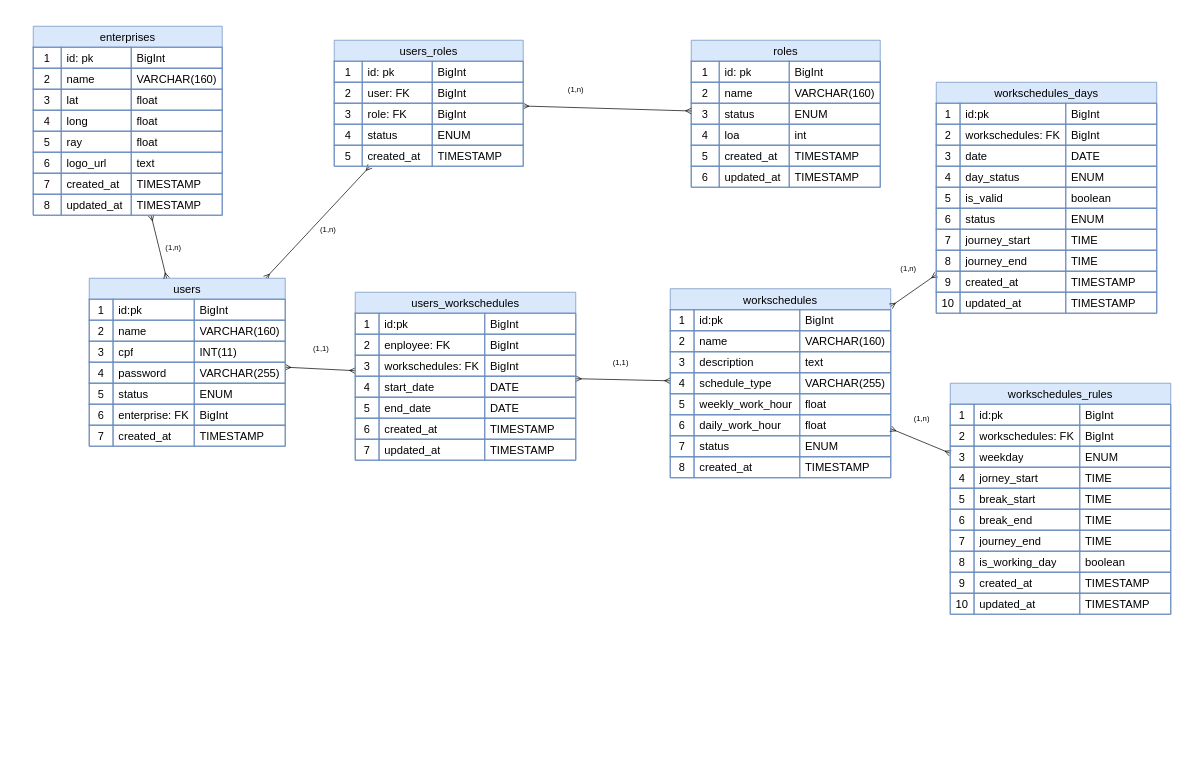
This is documentation/diagrams/MERDiagram.dio from kevin-vinagre/journey-track, a draw.io file, before an edit. Source tidied: cells renumbered, new cells numbered last; positions are measured from the earlier drawing's top-left corner, leaving out a move shared by most shapes. Both pictures are drawn from the tidied source at 70%, with x=0, y=0 at pixel (33, 26).
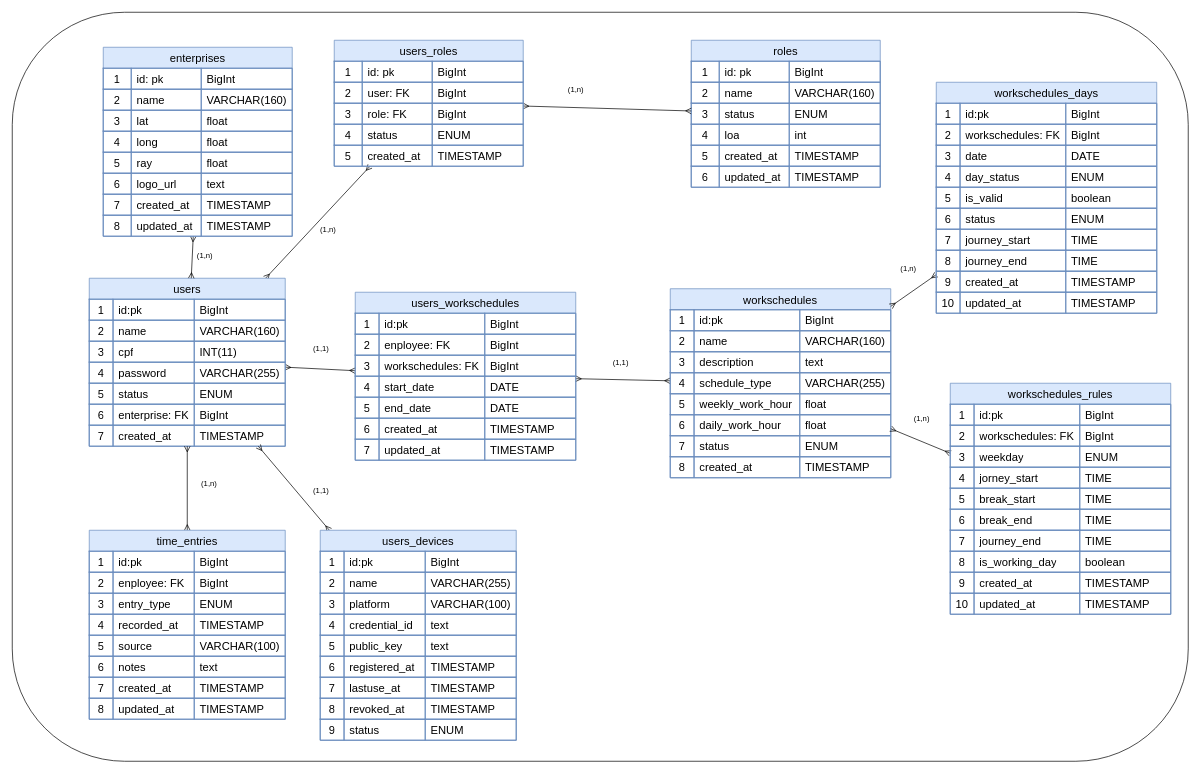
The same diagram, later.

Commit message:
MER diagram update

Unchanged cells that the change refers to:
```xml
<mxCell id="6" value="users" style="shape=table;tableRender=collapsed;startSize=30;childLayout=tableLayout;rowLines=0;fontStyle=0;strokeColor=#6c8ebf;fontSize=16;fillColor=#dae8fc;rounded=0;" parent="1" vertex="1">
  <mxGeometry x="80" y="360" width="280" height="240" as="geometry" />
</mxCell>
```

The edit, as a diff of the source:
```diff
@@
+    <mxCell id="268" style="rounded=1;whiteSpace=wrap;html=1;roundedPerimeter=1;" parent="1" vertex="1">
+      <mxGeometry x="-30" y="-20" width="1680" height="1070" as="geometry" />
+    </mxCell>
@@
     <mxCell id="37" value="enterprises" style="shape=table;tableRender=collapsed;startSize=30;childLayout=tableLayout;rowLines=0;fontStyle=0;strokeColor=#6c8ebf;fontSize=16;fillColor=#dae8fc;rounded=0;" parent="1" vertex="1">
-      <mxGeometry width="270" height="270" as="geometry" />
+      <mxGeometry x="100" y="30" width="270" height="270" as="geometry" />
     </mxCell>
@@
+    <mxCell id="269" style="edgeStyle=none;html=1;endArrow=ERmany;endFill=0;startArrow=ERmany;startFill=0;" parent="1" edge="1" source="271" target="6">
+      <mxGeometry relative="1" as="geometry" />
+    </mxCell>
+    <mxCell id="270" value="(1,n)" style="edgeLabel;html=1;align=center;verticalAlign=middle;inheritText=1;" parent="269" vertex="1">
+      <mxGeometry x="0.13" y="-2" relative="1" as="geometry">
+        <mxPoint x="28" as="offset" />
+      </mxGeometry>
+    </mxCell>
+    <mxCell id="271" value="time_entries" style="shape=table;tableRender=collapsed;startSize=30;childLayout=tableLayout;rowLines=0;fontStyle=0;strokeColor=#6c8ebf;fontSize=16;fillColor=#dae8fc;rounded=0;" parent="1" vertex="1">
+      <mxGeometry x="80" y="720" width="280" height="270" as="geometry" />
+    </mxCell>
+    <mxCell id="272" style="shape=tableRow;horizontal=0;startSize=0;swimlaneHead=0;swimlaneBody=0;fillColor=none;strokeColor=inherit;fontSize=16;rounded=0;" parent="271" vertex="1">
+      <mxGeometry y="30" width="280" height="30" as="geometry" />
+    </mxCell>
+    <mxCell id="273" value="1" style="shape=partialRectangle;html=1;whiteSpace=wrap;fillColor=none;overflow=hidden;strokeColor=inherit;fontSize=16;rounded=0;" parent="272" vertex="1">
+      <mxGeometry width="34" height="30" as="geometry" />
+    </mxCell>
+    <mxCell id="274" value="id:pk" style="shape=partialRectangle;html=1;whiteSpace=wrap;fillColor=none;align=left;spacingLeft=6;overflow=hidden;strokeColor=inherit;fontSize=16;rounded=0;" parent="272" vertex="1">
+      <mxGeometry x="34" width="116" height="30" as="geometry" />
+    </mxCell>
+    <mxCell id="275" value="BigInt" style="shape=partialRectangle;html=1;whiteSpace=wrap;fillColor=none;align=left;spacingLeft=6;overflow=hidden;strokeColor=inherit;fontSize=16;rounded=0;" parent="272" vertex="1">
+      <mxGeometry x="150" width="130" height="30" as="geometry" />
+    </mxCell>
+    <mxCell id="276" style="shape=tableRow;horizontal=0;startSize=0;swimlaneHead=0;swimlaneBody=0;fillColor=none;strokeColor=inherit;fontSize=16;rounded=0;" parent="271" vertex="1">
+      <mxGeometry y="60" width="280" height="30" as="geometry" />
+    </mxCell>
+    <mxCell id="277" value="2" style="shape=partialRectangle;html=1;whiteSpace=wrap;fillColor=none;overflow=hidden;strokeColor=inherit;fontSize=16;rounded=0;" parent="276" vertex="1">
+      <mxGeometry width="34" height="30" as="geometry" />
+    </mxCell>
+    <mxCell id="278" value="enployee: FK" style="shape=partialRectangle;html=1;whiteSpace=wrap;fillColor=none;align=left;spacingLeft=6;overflow=hidden;strokeColor=inherit;fontSize=16;rounded=0;" parent="276" vertex="1">
+      <mxGeometry x="34" width="116" height="30" as="geometry" />
+    </mxCell>
+    <mxCell id="279" value="BigInt" style="shape=partialRectangle;html=1;whiteSpace=wrap;fillColor=none;align=left;spacingLeft=6;overflow=hidden;strokeColor=inherit;fontSize=16;rounded=0;" parent="276" vertex="1">
+      <mxGeometry x="150" width="130" height="30" as="geometry" />
+    </mxCell>
+    <mxCell id="280" style="shape=tableRow;horizontal=0;startSize=0;swimlaneHead=0;swimlaneBody=0;fillColor=none;strokeColor=inherit;fontSize=16;rounded=0;" parent="271" vertex="1">
+      <mxGeometry y="90" width="280" height="30" as="geometry" />
+    </mxCell>
+    <mxCell id="281" value="3" style="shape=partialRectangle;html=1;whiteSpace=wrap;fillColor=none;overflow=hidden;strokeColor=inherit;fontSize=16;rounded=0;" parent="280" vertex="1">
+      <mxGeometry width="34" height="30" as="geometry" />
+    </mxCell>
+    <mxCell id="282" value="entry_type" style="shape=partialRectangle;html=1;whiteSpace=wrap;fillColor=none;align=left;spacingLeft=6;overflow=hidden;strokeColor=inherit;fontSize=16;rounded=0;" parent="280" vertex="1">
+      <mxGeometry x="34" width="116" height="30" as="geometry" />
+    </mxCell>
+    <mxCell id="283" value="ENUM" style="shape=partialRectangle;html=1;whiteSpace=wrap;fillColor=none;align=left;spacingLeft=6;overflow=hidden;strokeColor=inherit;fontSize=16;rounded=0;" parent="280" vertex="1">
+      <mxGeometry x="150" width="130" height="30" as="geometry" />
+    </mxCell>
+    <mxCell id="284" style="shape=tableRow;horizontal=0;startSize=0;swimlaneHead=0;swimlaneBody=0;fillColor=none;strokeColor=inherit;fontSize=16;rounded=0;" parent="271" vertex="1">
+      <mxGeometry y="120" width="280" height="30" as="geometry" />
+    </mxCell>
+    <mxCell id="285" value="4" style="shape=partialRectangle;html=1;whiteSpace=wrap;fillColor=none;overflow=hidden;strokeColor=inherit;fontSize=16;rounded=0;" parent="284" vertex="1">
+      <mxGeometry width="34" height="30" as="geometry" />
+    </mxCell>
+    <mxCell id="286" value="recorded_at" style="shape=partialRectangle;html=1;whiteSpace=wrap;fillColor=none;align=left;spacingLeft=6;overflow=hidden;strokeColor=inherit;fontSize=16;rounded=0;" parent="284" vertex="1">
+      <mxGeometry x="34" width="116" height="30" as="geometry" />
+    </mxCell>
+    <mxCell id="287" value="TIMESTAMP" style="shape=partialRectangle;html=1;whiteSpace=wrap;fillColor=none;align=left;spacingLeft=6;overflow=hidden;strokeColor=inherit;fontSize=16;rounded=0;" parent="284" vertex="1">
+      <mxGeometry x="150" width="130" height="30" as="geometry" />
+    </mxCell>
+    <mxCell id="288" style="shape=tableRow;horizontal=0;startSize=0;swimlaneHead=0;swimlaneBody=0;fillColor=none;strokeColor=inherit;fontSize=16;rounded=0;" parent="271" vertex="1">
+      <mxGeometry y="150" width="280" height="30" as="geometry" />
+    </mxCell>
+    <mxCell id="289" value="5" style="shape=partialRectangle;html=1;whiteSpace=wrap;fillColor=none;overflow=hidden;strokeColor=inherit;fontSize=16;rounded=0;" parent="288" vertex="1">
+      <mxGeometry width="34" height="30" as="geometry" />
+    </mxCell>
+    <mxCell id="290" value="source" style="shape=partialRectangle;html=1;whiteSpace=wrap;fillColor=none;align=left;spacingLeft=6;overflow=hidden;strokeColor=inherit;fontSize=16;rounded=0;" parent="288" vertex="1">
+      <mxGeometry x="34" width="116" height="30" as="geometry" />
+    </mxCell>
+    <mxCell id="291" value="VARCHAR(100)" style="shape=partialRectangle;html=1;whiteSpace=wrap;fillColor=none;align=left;spacingLeft=6;overflow=hidden;strokeColor=inherit;fontSize=16;rounded=0;" parent="288" vertex="1">
+      <mxGeometry x="150" width="130" height="30" as="geometry" />
+    </mxCell>
+    <mxCell id="292" style="shape=tableRow;horizontal=0;startSize=0;swimlaneHead=0;swimlaneBody=0;fillColor=none;strokeColor=inherit;fontSize=16;rounded=0;" parent="271" vertex="1">
+      <mxGeometry y="180" width="280" height="30" as="geometry" />
+    </mxCell>
+    <mxCell id="293" value="6" style="shape=partialRectangle;html=1;whiteSpace=wrap;fillColor=none;overflow=hidden;strokeColor=inherit;fontSize=16;rounded=0;" parent="292" vertex="1">
+      <mxGeometry width="34" height="30" as="geometry" />
+    </mxCell>
+    <mxCell id="294" value="notes" style="shape=partialRectangle;html=1;whiteSpace=wrap;fillColor=none;align=left;spacingLeft=6;overflow=hidden;strokeColor=inherit;fontSize=16;rounded=0;" parent="292" vertex="1">
+      <mxGeometry x="34" width="116" height="30" as="geometry" />
+    </mxCell>
+    <mxCell id="295" value="text" style="shape=partialRectangle;html=1;whiteSpace=wrap;fillColor=none;align=left;spacingLeft=6;overflow=hidden;strokeColor=inherit;fontSize=16;rounded=0;" parent="292" vertex="1">
+      <mxGeometry x="150" width="130" height="30" as="geometry" />
+    </mxCell>
+    <mxCell id="296" style="shape=tableRow;horizontal=0;startSize=0;swimlaneHead=0;swimlaneBody=0;fillColor=none;strokeColor=inherit;fontSize=16;rounded=0;" parent="271" vertex="1">
+      <mxGeometry y="210" width="280" height="30" as="geometry" />
+    </mxCell>
+    <mxCell id="297" value="7" style="shape=partialRectangle;html=1;whiteSpace=wrap;fillColor=none;overflow=hidden;strokeColor=inherit;fontSize=16;rounded=0;" parent="296" vertex="1">
+      <mxGeometry width="34" height="30" as="geometry" />
+    </mxCell>
+    <mxCell id="298" value="created_at" style="shape=partialRectangle;html=1;whiteSpace=wrap;fillColor=none;align=left;spacingLeft=6;overflow=hidden;strokeColor=inherit;fontSize=16;rounded=0;" parent="296" vertex="1">
+      <mxGeometry x="34" width="116" height="30" as="geometry" />
+    </mxCell>
+    <mxCell id="299" value="TIMESTAMP" style="shape=partialRectangle;html=1;whiteSpace=wrap;fillColor=none;align=left;spacingLeft=6;overflow=hidden;strokeColor=inherit;fontSize=16;rounded=0;" parent="296" vertex="1">
+      <mxGeometry x="150" width="130" height="30" as="geometry" />
+    </mxCell>
+    <mxCell id="300" style="shape=tableRow;horizontal=0;startSize=0;swimlaneHead=0;swimlaneBody=0;fillColor=none;strokeColor=inherit;fontSize=16;rounded=0;" parent="271" vertex="1">
+      <mxGeometry y="240" width="280" height="30" as="geometry" />
+    </mxCell>
+    <mxCell id="301" value="8" style="shape=partialRectangle;html=1;whiteSpace=wrap;fillColor=none;overflow=hidden;strokeColor=inherit;fontSize=16;rounded=0;" parent="300" vertex="1">
+      <mxGeometry width="34" height="30" as="geometry" />
+    </mxCell>
+    <mxCell id="302" value="updated_at" style="shape=partialRectangle;html=1;whiteSpace=wrap;fillColor=none;align=left;spacingLeft=6;overflow=hidden;strokeColor=inherit;fontSize=16;rounded=0;" parent="300" vertex="1">
+      <mxGeometry x="34" width="116" height="30" as="geometry" />
+    </mxCell>
+    <mxCell id="303" value="TIMESTAMP" style="shape=partialRectangle;html=1;whiteSpace=wrap;fillColor=none;align=left;spacingLeft=6;overflow=hidden;strokeColor=inherit;fontSize=16;rounded=0;" parent="300" vertex="1">
+      <mxGeometry x="150" width="130" height="30" as="geometry" />
+    </mxCell>
+    <mxCell id="304" style="edgeStyle=none;html=1;endArrow=ERmany;endFill=0;startArrow=ERmany;startFill=0;" parent="1" edge="1" source="306" target="6">
+      <mxGeometry relative="1" as="geometry" />
+    </mxCell>
+    <mxCell id="305" value="(1,1)" style="edgeLabel;html=1;align=center;verticalAlign=middle;inheritText=1;" parent="304" vertex="1">
+      <mxGeometry x="-0.07" y="-2" relative="1" as="geometry">
+        <mxPoint x="33" as="offset" />
+      </mxGeometry>
+    </mxCell>
+    <mxCell id="306" value="users_devices" style="shape=table;tableRender=collapsed;startSize=30;childLayout=tableLayout;rowLines=0;fontStyle=0;strokeColor=#6c8ebf;fontSize=16;fillColor=#dae8fc;rounded=0;" parent="1" vertex="1">
+      <mxGeometry x="410" y="720" width="280" height="300" as="geometry" />
+    </mxCell>
+    <mxCell id="307" style="shape=tableRow;horizontal=0;startSize=0;swimlaneHead=0;swimlaneBody=0;fillColor=none;strokeColor=inherit;fontSize=16;rounded=0;" parent="306" vertex="1">
+      <mxGeometry y="30" width="280" height="30" as="geometry" />
+    </mxCell>
+    <mxCell id="308" value="1" style="shape=partialRectangle;html=1;whiteSpace=wrap;fillColor=none;overflow=hidden;strokeColor=inherit;fontSize=16;rounded=0;" parent="307" vertex="1">
+      <mxGeometry width="34" height="30" as="geometry" />
+    </mxCell>
+    <mxCell id="309" value="id:pk" style="shape=partialRectangle;html=1;whiteSpace=wrap;fillColor=none;align=left;spacingLeft=6;overflow=hidden;strokeColor=inherit;fontSize=16;rounded=0;" parent="307" vertex="1">
+      <mxGeometry x="34" width="116" height="30" as="geometry" />
+    </mxCell>
+    <mxCell id="310" value="BigInt" style="shape=partialRectangle;html=1;whiteSpace=wrap;fillColor=none;align=left;spacingLeft=6;overflow=hidden;strokeColor=inherit;fontSize=16;rounded=0;" parent="307" vertex="1">
+      <mxGeometry x="150" width="130" height="30" as="geometry" />
+    </mxCell>
+    <mxCell id="311" style="shape=tableRow;horizontal=0;startSize=0;swimlaneHead=0;swimlaneBody=0;fillColor=none;strokeColor=inherit;fontSize=16;rounded=0;" parent="306" vertex="1">
+      <mxGeometry y="60" width="280" height="30" as="geometry" />
+    </mxCell>
+    <mxCell id="312" value="2" style="shape=partialRectangle;html=1;whiteSpace=wrap;fillColor=none;overflow=hidden;strokeColor=inherit;fontSize=16;rounded=0;" parent="311" vertex="1">
+      <mxGeometry width="34" height="30" as="geometry" />
+    </mxCell>
+    <mxCell id="313" value="name" style="shape=partialRectangle;html=1;whiteSpace=wrap;fillColor=none;align=left;spacingLeft=6;overflow=hidden;strokeColor=inherit;fontSize=16;rounded=0;" parent="311" vertex="1">
+      <mxGeometry x="34" width="116" height="30" as="geometry" />
+    </mxCell>
+    <mxCell id="314" value="VARCHAR(255)" style="shape=partialRectangle;html=1;whiteSpace=wrap;fillColor=none;align=left;spacingLeft=6;overflow=hidden;strokeColor=inherit;fontSize=16;rounded=0;" parent="311" vertex="1">
+      <mxGeometry x="150" width="130" height="30" as="geometry" />
+    </mxCell>
+    <mxCell id="315" style="shape=tableRow;horizontal=0;startSize=0;swimlaneHead=0;swimlaneBody=0;fillColor=none;strokeColor=inherit;fontSize=16;rounded=0;" parent="306" vertex="1">
+      <mxGeometry y="90" width="280" height="30" as="geometry" />
+    </mxCell>
+    <mxCell id="316" value="3" style="shape=partialRectangle;html=1;whiteSpace=wrap;fillColor=none;overflow=hidden;strokeColor=inherit;fontSize=16;rounded=0;" parent="315" vertex="1">
+      <mxGeometry width="34" height="30" as="geometry" />
+    </mxCell>
+    <mxCell id="317" value="platform" style="shape=partialRectangle;html=1;whiteSpace=wrap;fillColor=none;align=left;spacingLeft=6;overflow=hidden;strokeColor=inherit;fontSize=16;rounded=0;" parent="315" vertex="1">
+      <mxGeometry x="34" width="116" height="30" as="geometry" />
+    </mxCell>
+    <mxCell id="318" value="VARCHAR(100)" style="shape=partialRectangle;html=1;whiteSpace=wrap;fillColor=none;align=left;spacingLeft=6;overflow=hidden;strokeColor=inherit;fontSize=16;rounded=0;" parent="315" vertex="1">
+      <mxGeometry x="150" width="130" height="30" as="geometry" />
+    </mxCell>
+    <mxCell id="319" style="shape=tableRow;horizontal=0;startSize=0;swimlaneHead=0;swimlaneBody=0;fillColor=none;strokeColor=inherit;fontSize=16;rounded=0;" parent="306" vertex="1">
+      <mxGeometry y="120" width="280" height="30" as="geometry" />
+    </mxCell>
+    <mxCell id="320" value="4" style="shape=partialRectangle;html=1;whiteSpace=wrap;fillColor=none;overflow=hidden;strokeColor=inherit;fontSize=16;rounded=0;" parent="319" vertex="1">
+      <mxGeometry width="34" height="30" as="geometry" />
+    </mxCell>
+    <mxCell id="321" value="credential_id" style="shape=partialRectangle;html=1;whiteSpace=wrap;fillColor=none;align=left;spacingLeft=6;overflow=hidden;strokeColor=inherit;fontSize=16;rounded=0;" parent="319" vertex="1">
+      <mxGeometry x="34" width="116" height="30" as="geometry" />
+    </mxCell>
+    <mxCell id="322" value="text" style="shape=partialRectangle;html=1;whiteSpace=wrap;fillColor=none;align=left;spacingLeft=6;overflow=hidden;strokeColor=inherit;fontSize=16;rounded=0;" parent="319" vertex="1">
+      <mxGeometry x="150" width="130" height="30" as="geometry" />
+    </mxCell>
+    <mxCell id="323" style="shape=tableRow;horizontal=0;startSize=0;swimlaneHead=0;swimlaneBody=0;fillColor=none;strokeColor=inherit;fontSize=16;rounded=0;" parent="306" vertex="1">
+      <mxGeometry y="150" width="280" height="30" as="geometry" />
+    </mxCell>
+    <mxCell id="324" value="5" style="shape=partialRectangle;html=1;whiteSpace=wrap;fillColor=none;overflow=hidden;strokeColor=inherit;fontSize=16;rounded=0;" parent="323" vertex="1">
+      <mxGeometry width="34" height="30" as="geometry" />
+    </mxCell>
+    <mxCell id="325" value="public_key" style="shape=partialRectangle;html=1;whiteSpace=wrap;fillColor=none;align=left;spacingLeft=6;overflow=hidden;strokeColor=inherit;fontSize=16;rounded=0;" parent="323" vertex="1">
+      <mxGeometry x="34" width="116" height="30" as="geometry" />
+    </mxCell>
+    <mxCell id="326" value="text" style="shape=partialRectangle;html=1;whiteSpace=wrap;fillColor=none;align=left;spacingLeft=6;overflow=hidden;strokeColor=inherit;fontSize=16;rounded=0;" parent="323" vertex="1">
+      <mxGeometry x="150" width="130" height="30" as="geometry" />
+    </mxCell>
+    <mxCell id="327" style="shape=tableRow;horizontal=0;startSize=0;swimlaneHead=0;swimlaneBody=0;fillColor=none;strokeColor=inherit;fontSize=16;rounded=0;" parent="306" vertex="1">
+      <mxGeometry y="180" width="280" height="30" as="geometry" />
+    </mxCell>
+    <mxCell id="328" value="6" style="shape=partialRectangle;html=1;whiteSpace=wrap;fillColor=none;overflow=hidden;strokeColor=inherit;fontSize=16;rounded=0;" parent="327" vertex="1">
+      <mxGeometry width="34" height="30" as="geometry" />
+    </mxCell>
+    <mxCell id="329" value="registered_at" style="shape=partialRectangle;html=1;whiteSpace=wrap;fillColor=none;align=left;spacingLeft=6;overflow=hidden;strokeColor=inherit;fontSize=16;rounded=0;" parent="327" vertex="1">
+      <mxGeometry x="34" width="116" height="30" as="geometry" />
+    </mxCell>
+    <mxCell id="330" value="TIMESTAMP" style="shape=partialRectangle;html=1;whiteSpace=wrap;fillColor=none;align=left;spacingLeft=6;overflow=hidden;strokeColor=inherit;fontSize=16;rounded=0;" parent="327" vertex="1">
+      <mxGeometry x="150" width="130" height="30" as="geometry" />
+    </mxCell>
+    <mxCell id="331" style="shape=tableRow;horizontal=0;startSize=0;swimlaneHead=0;swimlaneBody=0;fillColor=none;strokeColor=inherit;fontSize=16;rounded=0;" parent="306" vertex="1">
+      <mxGeometry y="210" width="280" height="30" as="geometry" />
+    </mxCell>
+    <mxCell id="332" value="7" style="shape=partialRectangle;html=1;whiteSpace=wrap;fillColor=none;overflow=hidden;strokeColor=inherit;fontSize=16;rounded=0;" parent="331" vertex="1">
+      <mxGeometry width="34" height="30" as="geometry" />
+    </mxCell>
+    <mxCell id="333" value="lastuse_at" style="shape=partialRectangle;html=1;whiteSpace=wrap;fillColor=none;align=left;spacingLeft=6;overflow=hidden;strokeColor=inherit;fontSize=16;rounded=0;" parent="331" vertex="1">
+      <mxGeometry x="34" width="116" height="30" as="geometry" />
+    </mxCell>
+    <mxCell id="334" value="TIMESTAMP" style="shape=partialRectangle;html=1;whiteSpace=wrap;fillColor=none;align=left;spacingLeft=6;overflow=hidden;strokeColor=inherit;fontSize=16;rounded=0;" parent="331" vertex="1">
+      <mxGeometry x="150" width="130" height="30" as="geometry" />
+    </mxCell>
+    <mxCell id="335" style="shape=tableRow;horizontal=0;startSize=0;swimlaneHead=0;swimlaneBody=0;fillColor=none;strokeColor=inherit;fontSize=16;rounded=0;" parent="306" vertex="1">
+      <mxGeometry y="240" width="280" height="30" as="geometry" />
+    </mxCell>
+    <mxCell id="336" value="8" style="shape=partialRectangle;html=1;whiteSpace=wrap;fillColor=none;overflow=hidden;strokeColor=inherit;fontSize=16;rounded=0;" parent="335" vertex="1">
+      <mxGeometry width="34" height="30" as="geometry" />
+    </mxCell>
+    <mxCell id="337" value="revoked_at" style="shape=partialRectangle;html=1;whiteSpace=wrap;fillColor=none;align=left;spacingLeft=6;overflow=hidden;strokeColor=inherit;fontSize=16;rounded=0;" parent="335" vertex="1">
+      <mxGeometry x="34" width="116" height="30" as="geometry" />
+    </mxCell>
+    <mxCell id="338" value="TIMESTAMP" style="shape=partialRectangle;html=1;whiteSpace=wrap;fillColor=none;align=left;spacingLeft=6;overflow=hidden;strokeColor=inherit;fontSize=16;rounded=0;" parent="335" vertex="1">
+      <mxGeometry x="150" width="130" height="30" as="geometry" />
+    </mxCell>
+    <mxCell id="339" style="shape=tableRow;horizontal=0;startSize=0;swimlaneHead=0;swimlaneBody=0;fillColor=none;strokeColor=inherit;fontSize=16;rounded=0;" parent="306" vertex="1">
+      <mxGeometry y="270" width="280" height="30" as="geometry" />
+    </mxCell>
+    <mxCell id="340" value="9" style="shape=partialRectangle;html=1;whiteSpace=wrap;fillColor=none;overflow=hidden;strokeColor=inherit;fontSize=16;rounded=0;" parent="339" vertex="1">
+      <mxGeometry width="34" height="30" as="geometry" />
+    </mxCell>
+    <mxCell id="341" value="status" style="shape=partialRectangle;html=1;whiteSpace=wrap;fillColor=none;align=left;spacingLeft=6;overflow=hidden;strokeColor=inherit;fontSize=16;rounded=0;" parent="339" vertex="1">
+      <mxGeometry x="34" width="116" height="30" as="geometry" />
+    </mxCell>
+    <mxCell id="342" value="ENUM" style="shape=partialRectangle;html=1;whiteSpace=wrap;fillColor=none;align=left;spacingLeft=6;overflow=hidden;strokeColor=inherit;fontSize=16;rounded=0;" parent="339" vertex="1">
+      <mxGeometry x="150" width="130" height="30" as="geometry" />
+    </mxCell>
```
